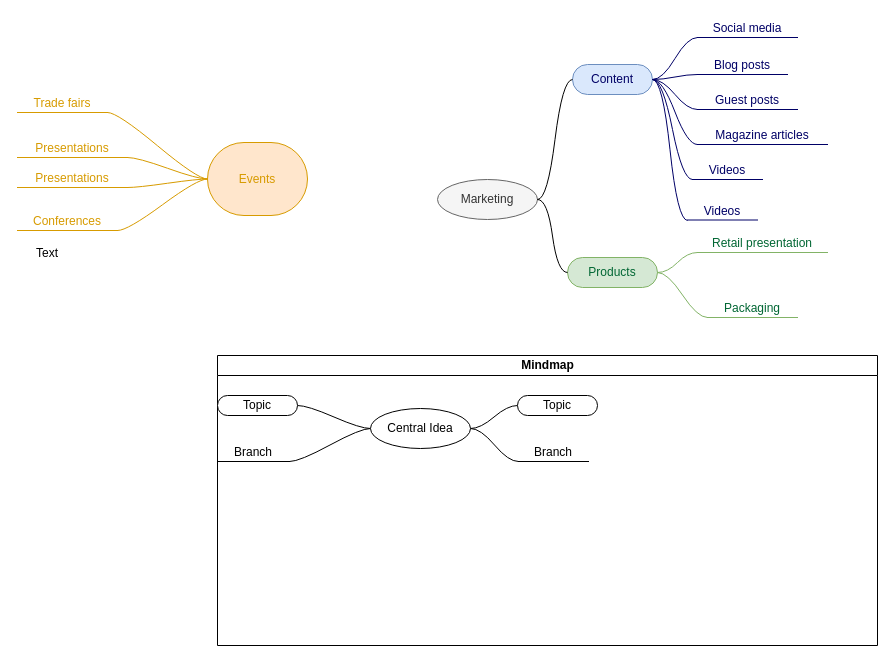
This is page "Mind map" (2 of 3) of Untitled Diagram.drawio from lverissimo/teste, a draw.io file, before an edit. Source tidied: cells renumbered, new cells numbered last; positions are measured from the earlier drawing's top-left corner, leaving out a move shared by most shapes. Both pictures are drawn from the tidied source at 100%, with x=0, y=0 at pixel (17, 17).
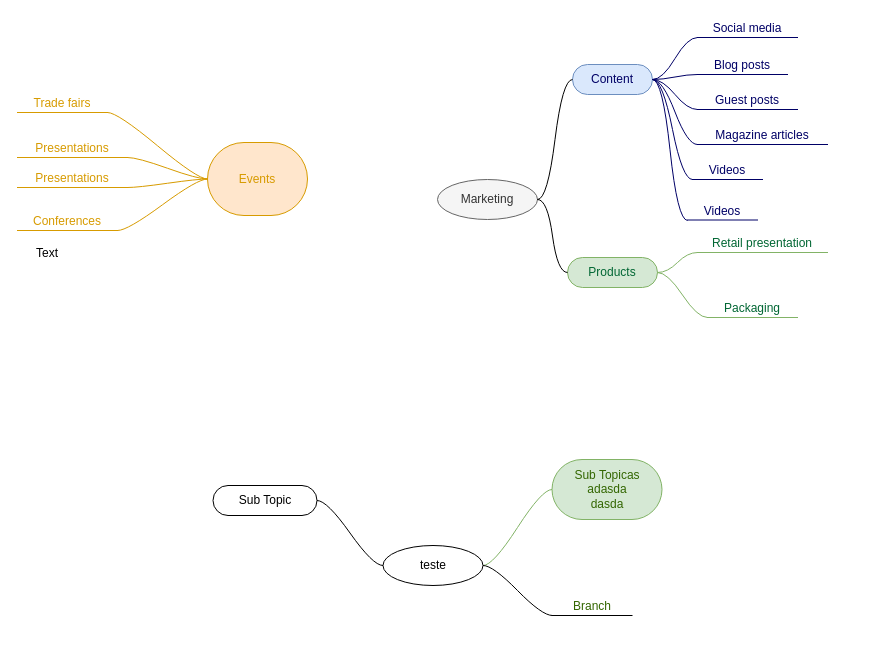
Above is the later version.

The edit, as a diff of the source:
```diff
@@
-    <mxCell id="28" value="Mindmap" style="swimlane;html=1;startSize=20;horizontal=1;containerType=tree;" parent="1" vertex="1">
-      <mxGeometry x="200" y="338" width="660" height="290" as="geometry" />
-    </mxCell>
-    <mxCell id="29" style="edgeStyle=entityRelationEdgeStyle;startArrow=none;endArrow=none;segment=10;curved=1;" parent="28" edge="1" source="33" target="34">
-      <mxGeometry relative="1" as="geometry" />
-    </mxCell>
-    <mxCell id="30" style="edgeStyle=entityRelationEdgeStyle;startArrow=none;endArrow=none;segment=10;curved=1;" parent="28" edge="1" source="33" target="35">
-      <mxGeometry relative="1" as="geometry" />
-    </mxCell>
-    <mxCell id="31" style="edgeStyle=entityRelationEdgeStyle;startArrow=none;endArrow=none;segment=10;curved=1;" parent="28" edge="1" source="33" target="36">
-      <mxGeometry relative="1" as="geometry" />
-    </mxCell>
-    <mxCell id="32" style="edgeStyle=entityRelationEdgeStyle;startArrow=none;endArrow=none;segment=10;curved=1;" parent="28" edge="1" source="33" target="37">
-      <mxGeometry relative="1" as="geometry" />
-    </mxCell>
-    <mxCell id="33" value="Central Idea" style="ellipse;whiteSpace=wrap;html=1;align=center;" parent="28" vertex="1">
-      <mxGeometry x="153" y="53" width="100" height="40" as="geometry" />
-    </mxCell>
-    <mxCell id="34" value="Topic" style="whiteSpace=wrap;html=1;rounded=1;arcSize=50;align=center;verticalAlign=middle;strokeWidth=1;spacing=4;" parent="28" vertex="1">
-      <mxGeometry x="300" y="40" width="80" height="20" as="geometry" />
-    </mxCell>
-    <mxCell id="35" value="&lt;div&gt;Branch&lt;/div&gt;" style="whiteSpace=wrap;html=1;shape=partialRectangle;top=0;left=0;bottom=1;right=0;points=[[0,1],[1,1]];strokeColor=#000000;fillColor=none;align=center;verticalAlign=bottom;routingCenterY=0.5;snapToPoint=1;" parent="28" vertex="1">
-      <mxGeometry x="301" y="86" width="70" height="20" as="geometry" />
-    </mxCell>
-    <mxCell id="36" value="Topic" style="whiteSpace=wrap;html=1;rounded=1;arcSize=50;align=center;verticalAlign=middle;strokeWidth=1;spacing=4;" parent="28" vertex="1">
-      <mxGeometry y="40" width="80" height="20" as="geometry" />
-    </mxCell>
-    <mxCell id="37" value="Branch" style="whiteSpace=wrap;html=1;shape=partialRectangle;top=0;left=0;bottom=1;right=0;points=[[0,1],[1,1]];strokeColor=#000000;fillColor=none;align=center;verticalAlign=bottom;routingCenterY=0.5;snapToPoint=1;" parent="28" vertex="1">
-      <mxGeometry y="80" width="72" height="26" as="geometry" />
-    </mxCell>
@@
+    <mxCell id="43" value="teste" style="ellipse;whiteSpace=wrap;html=1;align=center;rounded=0;strokeColor=#000000;" parent="1" vertex="1">
+      <mxGeometry x="365.5" y="528" width="100" height="40" as="geometry" />
+    </mxCell>
+    <mxCell id="44" value="&lt;div&gt;Sub Topicas&lt;/div&gt;&lt;div&gt;adasda&lt;/div&gt;&lt;div&gt;dasda&lt;br&gt;&lt;/div&gt;" style="whiteSpace=wrap;html=1;rounded=1;arcSize=50;align=center;verticalAlign=middle;strokeWidth=1;spacing=4;fillColor=#d5e8d4;strokeColor=#82b366;fontColor=#336600;" parent="1" vertex="1">
+      <mxGeometry x="534.5" y="442" width="110" height="60" as="geometry" />
+    </mxCell>
+    <mxCell id="45" style="edgeStyle=entityRelationEdgeStyle;startArrow=none;endArrow=none;segment=10;curved=1;exitX=1;exitY=0.5;exitDx=0;exitDy=0;fillColor=#d5e8d4;strokeColor=#82b366;" parent="1" edge="1" source="43" target="44">
+      <mxGeometry relative="1" as="geometry" />
+    </mxCell>
+    <mxCell id="46" value="Sub Topic" style="whiteSpace=wrap;html=1;rounded=1;arcSize=50;align=center;verticalAlign=middle;strokeWidth=1;spacing=4;" parent="1" vertex="1">
+      <mxGeometry x="195.5" y="468" width="104" height="30" as="geometry" />
+    </mxCell>
+    <mxCell id="47" style="edgeStyle=entityRelationEdgeStyle;startArrow=none;endArrow=none;segment=10;curved=1;" parent="1" edge="1" source="43" target="46">
+      <mxGeometry relative="1" as="geometry" />
+    </mxCell>
+    <mxCell id="48" value="Branch" style="whiteSpace=wrap;html=1;shape=partialRectangle;top=0;left=0;bottom=1;right=0;points=[[0,1],[1,1]];strokeColor=#000000;fillColor=none;align=center;verticalAlign=bottom;routingCenterY=0.5;snapToPoint=1;rounded=0;fontColor=#336600;" parent="1" vertex="1">
+      <mxGeometry x="534.5" y="578" width="80" height="20" as="geometry" />
+    </mxCell>
+    <mxCell id="49" style="edgeStyle=entityRelationEdgeStyle;startArrow=none;endArrow=none;segment=10;curved=1;fontColor=#336600;exitX=1;exitY=0.5;exitDx=0;exitDy=0;" parent="1" edge="1" source="43" target="48">
+      <mxGeometry relative="1" as="geometry" />
+    </mxCell>
```
